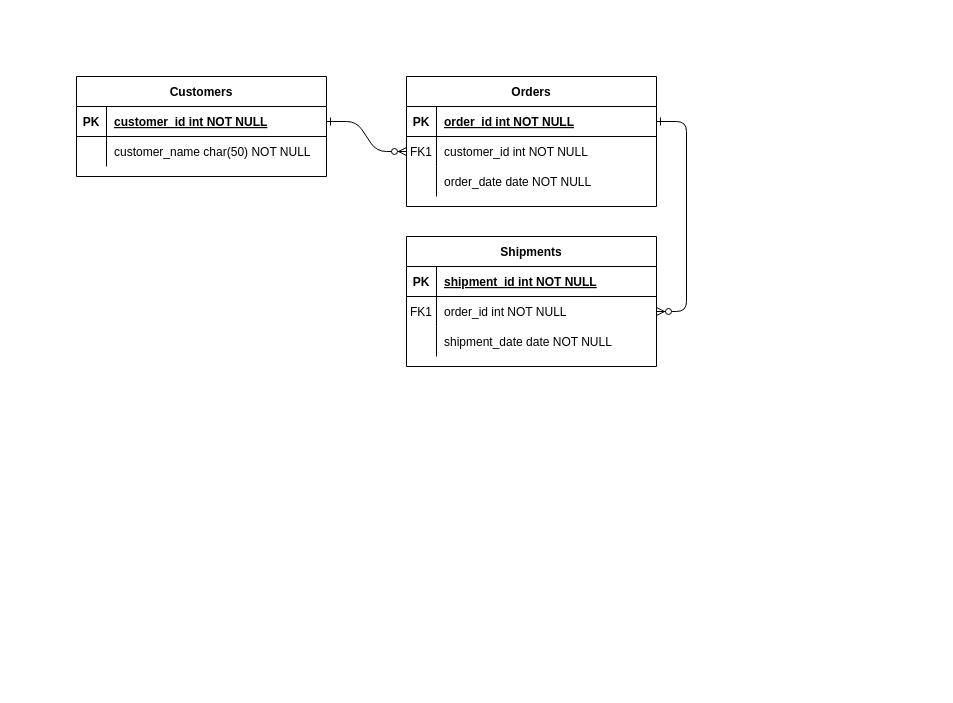
Earlier version of the draw.io diagram statiune_turistica.drawio (RalucaDB/statiune_turistica). Source tidied: cells renumbered, new cells numbered last; positions are measured from the earlier drawing's top-left corner, leaving out a move shared by most shapes. Both pictures are drawn from the tidied source at 100%, with x=0, y=0 at pixel (76, 76).
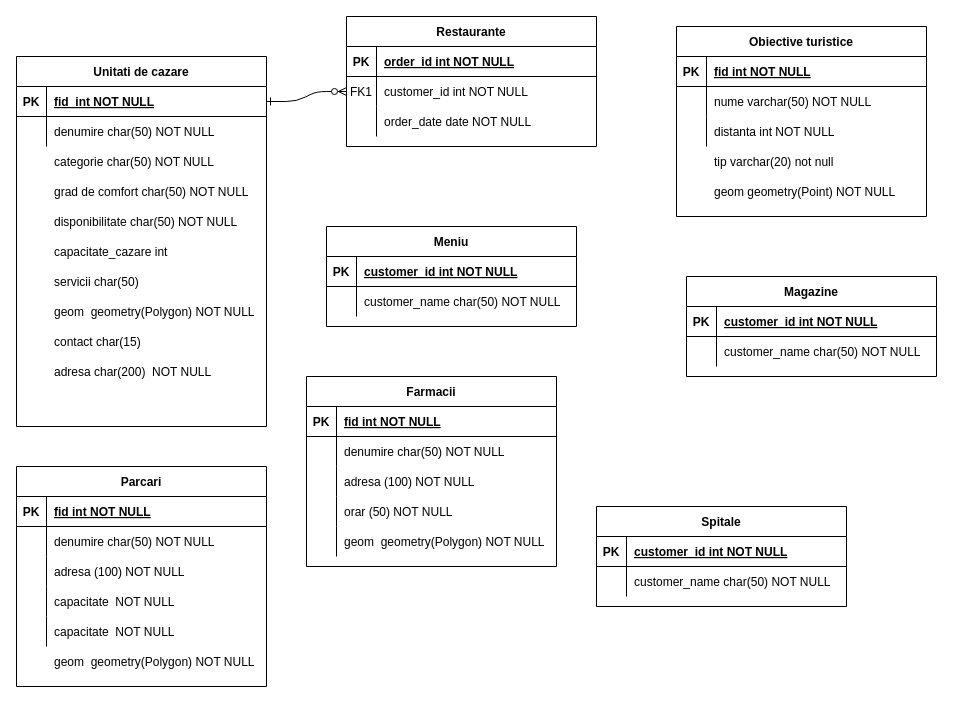
The same diagram, later.

Unchanged cells that the change refers to:
```xml
<mxCell id="5" style="shape=partialRectangle;fillColor=none;points=[[0,0.5],[1,0.5]];portConstraint=eastwest;top=0;left=0;right=0;bottom=1;" parent="4" vertex="1">
  <mxGeometry y="30" width="250" height="30" as="geometry" />
</mxCell>
<mxCell id="15" style="shape=partialRectangle;fillColor=none;top=0;left=0;right=0;bottom=1;" parent="14" vertex="1">
  <mxGeometry y="30" width="250" height="30" as="geometry" />
</mxCell>
<mxCell id="18" style="shape=partialRectangle;fillColor=none;points=[[0,0.5],[1,0.5]];portConstraint=eastwest;top=0;left=0;right=0;bottom=0;" parent="14" vertex="1">
  <mxGeometry y="60" width="250" height="30" as="geometry" />
</mxCell>
<mxCell id="21" style="shape=partialRectangle;fillColor=none;top=0;left=0;right=0;bottom=0;" parent="14" vertex="1">
  <mxGeometry y="90" width="250" height="30" as="geometry" />
</mxCell>
<mxCell id="25" style="shape=partialRectangle;fillColor=none;points=[[0,0.5],[1,0.5]];portConstraint=eastwest;top=0;left=0;right=0;bottom=1;" parent="24" vertex="1">
  <mxGeometry y="30" width="250" height="30" as="geometry" />
</mxCell>
<mxCell id="28" style="shape=partialRectangle;fillColor=none;top=0;left=0;right=0;bottom=0;" parent="24" vertex="1">
  <mxGeometry y="60" width="250" height="30" as="geometry" />
</mxCell>
```

Change to the diagram source:
```diff
@@
-    <mxCell id="3" style="edgeStyle=entityRelationEdgeStyle;endArrow=ERzeroToMany;startArrow=ERone;endFill=1;startFill=0;" parent="1" edge="1" source="5" target="18">
-      <mxGeometry relative="1" as="geometry" />
-    </mxCell>
-    <mxCell id="4" value="Orders" style="shape=table;startSize=30;childLayout=tableLayout;rowLines=0;fontStyle=1;align=center;" parent="1" vertex="1">
-      <mxGeometry x="330" width="250" height="130" as="geometry" />
+    <mxCell id="4" value="Restaurante" style="shape=table;startSize=30;childLayout=tableLayout;rowLines=0;fontStyle=1;align=center;" parent="1" vertex="1">
+      <mxGeometry x="270" y="-60" width="250" height="130" as="geometry" />
     </mxCell>
@@
-    <mxCell id="14" value="Shipments" style="shape=table;startSize=30;childLayout=tableLayout;rowLines=0;fontStyle=1;align=center;" parent="1" vertex="1">
-      <mxGeometry x="330" y="160" width="250" height="130" as="geometry" />
+    <mxCell id="14" value="Obiective turistice" style="shape=table;startSize=30;childLayout=tableLayout;rowLines=0;fontStyle=1;align=center;" parent="1" vertex="1">
+      <mxGeometry x="600" y="-50" width="250" height="190" as="geometry" />
     </mxCell>
@@
-    <mxCell id="17" value="shipment_id int NOT NULL " style="shape=partialRectangle;overflow=hidden;fillColor=none;top=0;left=0;bottom=0;right=0;align=left;spacingLeft=6;fontStyle=5;" parent="15" vertex="1">
+    <mxCell id="17" value="fid int NOT NULL " style="shape=partialRectangle;overflow=hidden;fillColor=none;top=0;left=0;bottom=0;right=0;align=left;spacingLeft=6;fontStyle=5;" parent="15" vertex="1">
       <mxGeometry x="30" width="220" height="30" as="geometry" />
     </mxCell>
@@
-    <mxCell id="19" value="FK1" style="shape=partialRectangle;overflow=hidden;fillColor=none;top=0;left=0;bottom=0;right=0;" parent="18" vertex="1">
+    <mxCell id="19" style="shape=partialRectangle;overflow=hidden;fillColor=none;top=0;left=0;bottom=0;right=0;" parent="18" vertex="1">
       <mxGeometry width="30" height="30" as="geometry" />
     </mxCell>
-    <mxCell id="20" value="order_id int NOT NULL" style="shape=partialRectangle;overflow=hidden;fillColor=none;top=0;left=0;bottom=0;right=0;align=left;spacingLeft=6;" parent="18" vertex="1">
+    <mxCell id="20" value="nume varchar(50) NOT NULL" style="shape=partialRectangle;overflow=hidden;fillColor=none;top=0;left=0;bottom=0;right=0;align=left;spacingLeft=6;" parent="18" vertex="1">
       <mxGeometry x="30" width="220" height="30" as="geometry" />
     </mxCell>
@@
-    <mxCell id="23" value="shipment_date date NOT NULL" style="shape=partialRectangle;overflow=hidden;fillColor=none;top=0;left=0;bottom=0;right=0;align=left;spacingLeft=6;" parent="21" vertex="1">
+    <mxCell id="23" value="distanta int NOT NULL" style="shape=partialRectangle;overflow=hidden;fillColor=none;top=0;left=0;bottom=0;right=0;align=left;spacingLeft=6;" parent="21" vertex="1">
       <mxGeometry x="30" width="220" height="30" as="geometry" />
     </mxCell>
-    <mxCell id="24" value="Customers" style="shape=table;startSize=30;childLayout=tableLayout;rowLines=0;fontStyle=1;align=center;" parent="1" vertex="1">
-      <mxGeometry width="250" height="100" as="geometry" />
+    <mxCell id="24" value="Unitati de cazare" style="shape=table;startSize=30;childLayout=tableLayout;rowLines=0;fontStyle=1;align=center;" parent="1" vertex="1">
+      <mxGeometry x="-60" y="-20" width="250" height="370" as="geometry" />
     </mxCell>
@@
-    <mxCell id="27" value="customer_id int NOT NULL " style="shape=partialRectangle;overflow=hidden;fillColor=none;top=0;left=0;bottom=0;right=0;align=left;spacingLeft=6;fontStyle=5;" parent="25" vertex="1">
+    <mxCell id="27" value="fid  int NOT NULL " style="shape=partialRectangle;overflow=hidden;fillColor=none;top=0;left=0;bottom=0;right=0;align=left;spacingLeft=6;fontStyle=5;" parent="25" vertex="1">
       <mxGeometry x="30" width="220" height="30" as="geometry" />
     </mxCell>
@@
-    <mxCell id="30" value="customer_name char(50) NOT NULL" style="shape=partialRectangle;overflow=hidden;fillColor=none;top=0;left=0;bottom=0;right=0;align=left;spacingLeft=6;" parent="28" vertex="1">
+    <mxCell id="30" value="denumire char(50) NOT NULL" style="shape=partialRectangle;overflow=hidden;fillColor=none;top=0;left=0;bottom=0;right=0;align=left;spacingLeft=6;" parent="28" vertex="1">
       <mxGeometry x="30" width="220" height="30" as="geometry" />
     </mxCell>
+    <mxCell id="31" value="Farmacii" style="shape=table;startSize=30;childLayout=tableLayout;rowLines=0;fontStyle=1;align=center;" parent="1" vertex="1">
+      <mxGeometry x="230" y="300" width="250" height="190" as="geometry" />
+    </mxCell>
+    <mxCell id="32" style="shape=partialRectangle;fillColor=none;top=0;left=0;right=0;bottom=1;" parent="31" vertex="1">
+      <mxGeometry y="30" width="250" height="30" as="geometry" />
+    </mxCell>
+    <mxCell id="33" value="PK" style="shape=partialRectangle;overflow=hidden;fillColor=none;top=0;left=0;bottom=0;right=0;fontStyle=1;" parent="32" vertex="1">
+      <mxGeometry width="30" height="30" as="geometry" />
+    </mxCell>
+    <mxCell id="34" value="fid int NOT NULL " style="shape=partialRectangle;overflow=hidden;fillColor=none;top=0;left=0;bottom=0;right=0;align=left;spacingLeft=6;fontStyle=5;" parent="32" vertex="1">
+      <mxGeometry x="30" width="220" height="30" as="geometry" />
+    </mxCell>
+    <mxCell id="35" style="shape=partialRectangle;fillColor=none;top=0;left=0;right=0;bottom=0;" parent="31" vertex="1">
+      <mxGeometry y="60" width="250" height="30" as="geometry" />
+    </mxCell>
+    <mxCell id="36" style="shape=partialRectangle;overflow=hidden;fillColor=none;top=0;left=0;bottom=0;right=0;" parent="35" vertex="1">
+      <mxGeometry width="30" height="30" as="geometry" />
+    </mxCell>
+    <mxCell id="37" value="denumire char(50) NOT NULL" style="shape=partialRectangle;overflow=hidden;fillColor=none;top=0;left=0;bottom=0;right=0;align=left;spacingLeft=6;" parent="35" vertex="1">
+      <mxGeometry x="30" width="220" height="30" as="geometry" />
+    </mxCell>
+    <mxCell id="38" style="shape=partialRectangle;fillColor=none;top=0;left=0;right=0;bottom=0;" parent="31" vertex="1">
+      <mxGeometry y="90" width="250" height="30" as="geometry" />
+    </mxCell>
+    <mxCell id="39" style="shape=partialRectangle;overflow=hidden;fillColor=none;top=0;left=0;bottom=0;right=0;" parent="38" vertex="1">
+      <mxGeometry width="30" height="30" as="geometry" />
+    </mxCell>
+    <mxCell id="40" value="adresa (100) NOT NULL" style="shape=partialRectangle;overflow=hidden;fillColor=none;top=0;left=0;bottom=0;right=0;align=left;spacingLeft=6;" parent="38" vertex="1">
+      <mxGeometry x="30" width="220" height="30" as="geometry" />
+    </mxCell>
+    <mxCell id="41" style="shape=partialRectangle;fillColor=none;top=0;left=0;right=0;bottom=0;" parent="31" vertex="1">
+      <mxGeometry y="120" width="250" height="30" as="geometry" />
+    </mxCell>
+    <mxCell id="42" style="shape=partialRectangle;overflow=hidden;fillColor=none;top=0;left=0;bottom=0;right=0;" parent="41" vertex="1">
+      <mxGeometry width="30" height="30" as="geometry" />
+    </mxCell>
+    <mxCell id="43" value="orar (50) NOT NULL" style="shape=partialRectangle;overflow=hidden;fillColor=none;top=0;left=0;bottom=0;right=0;align=left;spacingLeft=6;" parent="41" vertex="1">
+      <mxGeometry x="30" width="220" height="30" as="geometry" />
+    </mxCell>
+    <mxCell id="44" style="shape=partialRectangle;fillColor=none;top=0;left=0;right=0;bottom=0;" parent="31" vertex="1">
+      <mxGeometry y="150" width="250" height="30" as="geometry" />
+    </mxCell>
+    <mxCell id="45" style="shape=partialRectangle;overflow=hidden;fillColor=none;top=0;left=0;bottom=0;right=0;" parent="44" vertex="1">
+      <mxGeometry width="30" height="30" as="geometry" />
+    </mxCell>
+    <mxCell id="46" value="geom  geometry(Polygon) NOT NULL " style="shape=partialRectangle;overflow=hidden;fillColor=none;top=0;left=0;bottom=0;right=0;align=left;spacingLeft=6;" parent="44" vertex="1">
+      <mxGeometry x="30" width="220" height="30" as="geometry" />
+    </mxCell>
+    <mxCell id="47" value="Magazine" style="shape=table;startSize=30;childLayout=tableLayout;rowLines=0;fontStyle=1;align=center;" parent="1" vertex="1">
+      <mxGeometry x="610" y="200" width="250" height="100" as="geometry" />
+    </mxCell>
+    <mxCell id="48" style="shape=partialRectangle;fillColor=none;top=0;left=0;right=0;bottom=1;" parent="47" vertex="1">
+      <mxGeometry y="30" width="250" height="30" as="geometry" />
+    </mxCell>
+    <mxCell id="49" value="PK" style="shape=partialRectangle;overflow=hidden;fillColor=none;top=0;left=0;bottom=0;right=0;fontStyle=1;" parent="48" vertex="1">
+      <mxGeometry width="30" height="30" as="geometry" />
+    </mxCell>
+    <mxCell id="50" value="customer_id int NOT NULL " style="shape=partialRectangle;overflow=hidden;fillColor=none;top=0;left=0;bottom=0;right=0;align=left;spacingLeft=6;fontStyle=5;" parent="48" vertex="1">
+      <mxGeometry x="30" width="220" height="30" as="geometry" />
+    </mxCell>
+    <mxCell id="51" style="shape=partialRectangle;fillColor=none;top=0;left=0;right=0;bottom=0;" parent="47" vertex="1">
+      <mxGeometry y="60" width="250" height="30" as="geometry" />
+    </mxCell>
+    <mxCell id="52" style="shape=partialRectangle;overflow=hidden;fillColor=none;top=0;left=0;bottom=0;right=0;" parent="51" vertex="1">
+      <mxGeometry width="30" height="30" as="geometry" />
+    </mxCell>
+    <mxCell id="53" value="customer_name char(50) NOT NULL" style="shape=partialRectangle;overflow=hidden;fillColor=none;top=0;left=0;bottom=0;right=0;align=left;spacingLeft=6;" parent="51" vertex="1">
+      <mxGeometry x="30" width="220" height="30" as="geometry" />
+    </mxCell>
+    <mxCell id="54" value="Parcari" style="shape=table;startSize=30;childLayout=tableLayout;rowLines=0;fontStyle=1;align=center;" parent="1" vertex="1">
+      <mxGeometry x="-60" y="390" width="250" height="220" as="geometry" />
+    </mxCell>
+    <mxCell id="55" style="shape=partialRectangle;fillColor=none;top=0;left=0;right=0;bottom=1;" parent="54" vertex="1">
+      <mxGeometry y="30" width="250" height="30" as="geometry" />
+    </mxCell>
+    <mxCell id="56" value="PK" style="shape=partialRectangle;overflow=hidden;fillColor=none;top=0;left=0;bottom=0;right=0;fontStyle=1;" parent="55" vertex="1">
+      <mxGeometry width="30" height="30" as="geometry" />
+    </mxCell>
+    <mxCell id="57" value="fid int NOT NULL " style="shape=partialRectangle;overflow=hidden;fillColor=none;top=0;left=0;bottom=0;right=0;align=left;spacingLeft=6;fontStyle=5;" parent="55" vertex="1">
+      <mxGeometry x="30" width="220" height="30" as="geometry" />
+    </mxCell>
+    <mxCell id="58" style="shape=partialRectangle;fillColor=none;top=0;left=0;right=0;bottom=0;" parent="54" vertex="1">
+      <mxGeometry y="60" width="250" height="30" as="geometry" />
+    </mxCell>
+    <mxCell id="59" style="shape=partialRectangle;overflow=hidden;fillColor=none;top=0;left=0;bottom=0;right=0;" parent="58" vertex="1">
+      <mxGeometry width="30" height="30" as="geometry" />
+    </mxCell>
+    <mxCell id="60" value="denumire char(50) NOT NULL" style="shape=partialRectangle;overflow=hidden;fillColor=none;top=0;left=0;bottom=0;right=0;align=left;spacingLeft=6;" parent="58" vertex="1">
+      <mxGeometry x="30" width="220" height="30" as="geometry" />
+    </mxCell>
+    <mxCell id="61" style="shape=partialRectangle;fillColor=none;top=0;left=0;right=0;bottom=0;" parent="54" vertex="1">
+      <mxGeometry y="90" width="250" height="30" as="geometry" />
+    </mxCell>
+    <mxCell id="62" style="shape=partialRectangle;overflow=hidden;fillColor=none;top=0;left=0;bottom=0;right=0;" parent="61" vertex="1">
+      <mxGeometry width="30" height="30" as="geometry" />
+    </mxCell>
+    <mxCell id="63" value="adresa (100) NOT NULL" style="shape=partialRectangle;overflow=hidden;fillColor=none;top=0;left=0;bottom=0;right=0;align=left;spacingLeft=6;" parent="61" vertex="1">
+      <mxGeometry x="30" width="220" height="30" as="geometry" />
+    </mxCell>
+    <mxCell id="64" style="shape=partialRectangle;fillColor=none;top=0;left=0;right=0;bottom=0;" parent="54" vertex="1">
+      <mxGeometry y="120" width="250" height="30" as="geometry" />
+    </mxCell>
+    <mxCell id="65" style="shape=partialRectangle;overflow=hidden;fillColor=none;top=0;left=0;bottom=0;right=0;" parent="64" vertex="1">
+      <mxGeometry width="30" height="30" as="geometry" />
+    </mxCell>
+    <mxCell id="66" value="capacitate  NOT NULL" style="shape=partialRectangle;overflow=hidden;fillColor=none;top=0;left=0;bottom=0;right=0;align=left;spacingLeft=6;" parent="64" vertex="1">
+      <mxGeometry x="30" width="220" height="30" as="geometry" />
+    </mxCell>
+    <mxCell id="67" style="shape=partialRectangle;fillColor=none;top=0;left=0;right=0;bottom=0;" parent="54" vertex="1">
+      <mxGeometry y="150" width="250" height="30" as="geometry" />
+    </mxCell>
+    <mxCell id="68" style="shape=partialRectangle;overflow=hidden;fillColor=none;top=0;left=0;bottom=0;right=0;" parent="67" vertex="1">
+      <mxGeometry width="30" height="30" as="geometry" />
+    </mxCell>
+    <mxCell id="69" value="capacitate  NOT NULL" style="shape=partialRectangle;overflow=hidden;fillColor=none;top=0;left=0;bottom=0;right=0;align=left;spacingLeft=6;" parent="67" vertex="1">
+      <mxGeometry x="30" width="220" height="30" as="geometry" />
+    </mxCell>
+    <mxCell id="70" value="Spitale" style="shape=table;startSize=30;childLayout=tableLayout;rowLines=0;fontStyle=1;align=center;" parent="1" vertex="1">
+      <mxGeometry x="520" y="430" width="250" height="100" as="geometry" />
+    </mxCell>
+    <mxCell id="71" style="shape=partialRectangle;fillColor=none;top=0;left=0;right=0;bottom=1;" parent="70" vertex="1">
+      <mxGeometry y="30" width="250" height="30" as="geometry" />
+    </mxCell>
+    <mxCell id="72" value="PK" style="shape=partialRectangle;overflow=hidden;fillColor=none;top=0;left=0;bottom=0;right=0;fontStyle=1;" parent="71" vertex="1">
+      <mxGeometry width="30" height="30" as="geometry" />
+    </mxCell>
+    <mxCell id="73" value="customer_id int NOT NULL " style="shape=partialRectangle;overflow=hidden;fillColor=none;top=0;left=0;bottom=0;right=0;align=left;spacingLeft=6;fontStyle=5;" parent="71" vertex="1">
+      <mxGeometry x="30" width="220" height="30" as="geometry" />
+    </mxCell>
+    <mxCell id="74" style="shape=partialRectangle;fillColor=none;top=0;left=0;right=0;bottom=0;" parent="70" vertex="1">
+      <mxGeometry y="60" width="250" height="30" as="geometry" />
+    </mxCell>
+    <mxCell id="75" style="shape=partialRectangle;overflow=hidden;fillColor=none;top=0;left=0;bottom=0;right=0;" parent="74" vertex="1">
+      <mxGeometry width="30" height="30" as="geometry" />
+    </mxCell>
+    <mxCell id="76" value="customer_name char(50) NOT NULL" style="shape=partialRectangle;overflow=hidden;fillColor=none;top=0;left=0;bottom=0;right=0;align=left;spacingLeft=6;" parent="74" vertex="1">
+      <mxGeometry x="30" width="220" height="30" as="geometry" />
+    </mxCell>
+    <mxCell id="77" value="Meniu" style="shape=table;startSize=30;childLayout=tableLayout;rowLines=0;fontStyle=1;align=center;" parent="1" vertex="1">
+      <mxGeometry x="250" y="150" width="250" height="100" as="geometry" />
+    </mxCell>
+    <mxCell id="78" style="shape=partialRectangle;fillColor=none;top=0;left=0;right=0;bottom=1;" parent="77" vertex="1">
+      <mxGeometry y="30" width="250" height="30" as="geometry" />
+    </mxCell>
+    <mxCell id="79" value="PK" style="shape=partialRectangle;overflow=hidden;fillColor=none;top=0;left=0;bottom=0;right=0;fontStyle=1;" parent="78" vertex="1">
+      <mxGeometry width="30" height="30" as="geometry" />
+    </mxCell>
+    <mxCell id="80" value="customer_id int NOT NULL " style="shape=partialRectangle;overflow=hidden;fillColor=none;top=0;left=0;bottom=0;right=0;align=left;spacingLeft=6;fontStyle=5;" parent="78" vertex="1">
+      <mxGeometry x="30" width="220" height="30" as="geometry" />
+    </mxCell>
+    <mxCell id="81" style="shape=partialRectangle;fillColor=none;top=0;left=0;right=0;bottom=0;" parent="77" vertex="1">
+      <mxGeometry y="60" width="250" height="30" as="geometry" />
+    </mxCell>
+    <mxCell id="82" style="shape=partialRectangle;overflow=hidden;fillColor=none;top=0;left=0;bottom=0;right=0;" parent="81" vertex="1">
+      <mxGeometry width="30" height="30" as="geometry" />
+    </mxCell>
+    <mxCell id="83" value="customer_name char(50) NOT NULL" style="shape=partialRectangle;overflow=hidden;fillColor=none;top=0;left=0;bottom=0;right=0;align=left;spacingLeft=6;" parent="81" vertex="1">
+      <mxGeometry x="30" width="220" height="30" as="geometry" />
+    </mxCell>
+    <mxCell id="84" style="shape=partialRectangle;overflow=hidden;fillColor=none;top=0;left=0;bottom=0;right=0;" parent="1" vertex="1">
+      <mxGeometry x="-60" y="70" width="30" height="30" as="geometry" />
+    </mxCell>
+    <mxCell id="85" value="categorie char(50) NOT NULL" style="shape=partialRectangle;overflow=hidden;fillColor=none;top=0;left=0;bottom=0;right=0;align=left;spacingLeft=6;" parent="1" vertex="1">
+      <mxGeometry x="-30" y="70" width="220" height="30" as="geometry" />
+    </mxCell>
+    <mxCell id="86" style="shape=partialRectangle;overflow=hidden;fillColor=none;top=0;left=0;bottom=0;right=0;" parent="1" vertex="1">
+      <mxGeometry x="-60" y="100" width="30" height="30" as="geometry" />
+    </mxCell>
+    <mxCell id="87" value="grad de comfort char(50) NOT NULL" style="shape=partialRectangle;overflow=hidden;fillColor=none;top=0;left=0;bottom=0;right=0;align=left;spacingLeft=6;" parent="1" vertex="1">
+      <mxGeometry x="-30" y="100" width="220" height="30" as="geometry" />
+    </mxCell>
+    <mxCell id="88" style="shape=partialRectangle;overflow=hidden;fillColor=none;top=0;left=0;bottom=0;right=0;" parent="1" vertex="1">
+      <mxGeometry x="-60" y="130" width="30" height="30" as="geometry" />
+    </mxCell>
+    <mxCell id="89" value="disponibilitate char(50) NOT NULL" style="shape=partialRectangle;overflow=hidden;fillColor=none;top=0;left=0;bottom=0;right=0;align=left;spacingLeft=6;" parent="1" vertex="1">
+      <mxGeometry x="-30" y="130" width="220" height="30" as="geometry" />
+    </mxCell>
+    <mxCell id="90" style="shape=partialRectangle;overflow=hidden;fillColor=none;top=0;left=0;bottom=0;right=0;" parent="1" vertex="1">
+      <mxGeometry x="-60" y="160" width="30" height="30" as="geometry" />
+    </mxCell>
+    <mxCell id="91" value="capacitate_cazare int " style="shape=partialRectangle;overflow=hidden;fillColor=none;top=0;left=0;bottom=0;right=0;align=left;spacingLeft=6;" parent="1" vertex="1">
+      <mxGeometry x="-30" y="160" width="220" height="30" as="geometry" />
+    </mxCell>
+    <mxCell id="92" style="shape=partialRectangle;overflow=hidden;fillColor=none;top=0;left=0;bottom=0;right=0;" parent="1" vertex="1">
+      <mxGeometry x="-60" y="190" width="30" height="30" as="geometry" />
+    </mxCell>
+    <mxCell id="93" value="servicii char(50) " style="shape=partialRectangle;overflow=hidden;fillColor=none;top=0;left=0;bottom=0;right=0;align=left;spacingLeft=6;" parent="1" vertex="1">
+      <mxGeometry x="-30" y="190" width="220" height="30" as="geometry" />
+    </mxCell>
+    <mxCell id="94" value="geom  geometry(Polygon) NOT NULL" style="shape=partialRectangle;overflow=hidden;fillColor=none;top=0;left=0;bottom=0;right=0;align=left;spacingLeft=6;" parent="1" vertex="1">
+      <mxGeometry x="-30" y="220" width="220" height="30" as="geometry" />
+    </mxCell>
+    <mxCell id="95" style="shape=partialRectangle;overflow=hidden;fillColor=none;top=0;left=0;bottom=0;right=0;" parent="1" vertex="1">
+      <mxGeometry x="600" y="100" width="30" height="30" as="geometry" />
+    </mxCell>
+    <mxCell id="96" value="contact char(15) " style="shape=partialRectangle;overflow=hidden;fillColor=none;top=0;left=0;bottom=0;right=0;align=left;spacingLeft=6;" parent="1" vertex="1">
+      <mxGeometry x="-30" y="250" width="220" height="30" as="geometry" />
+    </mxCell>
+    <mxCell id="97" value="geom geometry(Point) NOT NULL" style="shape=partialRectangle;overflow=hidden;fillColor=none;top=0;left=0;bottom=0;right=0;align=left;spacingLeft=6;" parent="1" vertex="1">
+      <mxGeometry x="630" y="100" width="220" height="30" as="geometry" />
+    </mxCell>
+    <mxCell id="98" value="adresa char(200)  NOT NULL" style="shape=partialRectangle;overflow=hidden;fillColor=none;top=0;left=0;bottom=0;right=0;align=left;spacingLeft=6;" parent="1" vertex="1">
+      <mxGeometry x="-30" y="280" width="220" height="30" as="geometry" />
+    </mxCell>
+    <mxCell id="99" value="geom  geometry(Polygon) NOT NULL" style="shape=partialRectangle;overflow=hidden;fillColor=none;top=0;left=0;bottom=0;right=0;align=left;spacingLeft=6;" parent="1" vertex="1">
+      <mxGeometry x="-30" y="570" width="220" height="30" as="geometry" />
+    </mxCell>
+    <mxCell id="100" style="shape=partialRectangle;overflow=hidden;fillColor=none;top=0;left=0;bottom=0;right=0;" parent="1" vertex="1">
+      <mxGeometry x="600" y="70" width="30" height="30" as="geometry" />
+    </mxCell>
+    <mxCell id="101" value="tip varchar(20) not null" style="shape=partialRectangle;overflow=hidden;fillColor=none;top=0;left=0;bottom=0;right=0;align=left;spacingLeft=6;" parent="1" vertex="1">
+      <mxGeometry x="630" y="70" width="220" height="30" as="geometry" />
+    </mxCell>
```
